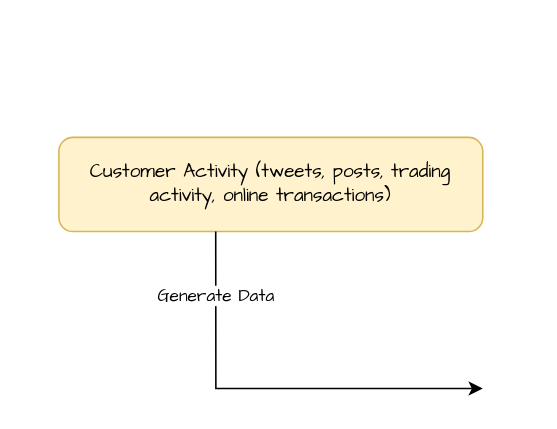
quantfineart/fdp keeps this draw.io diagram as lecturenotes/orientation/FDP Orientation.drawio. Above is the earlier version. Source tidied: cells renumbered, new cells numbered last; positions are measured from the earlier drawing's top-left corner, leaving out a move shared by most shapes. Both pictures are drawn from the tidied source at 157%, with x=0, y=0 at pixel (58, 137).
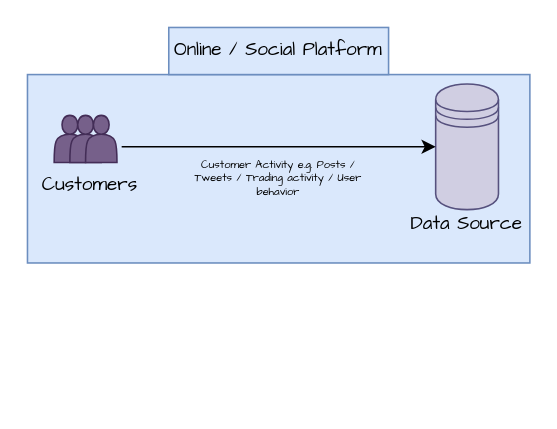
Above is the later version.

What changed in the source:
```diff
@@
 <mxGraphModel>
   <root>
     <mxCell id="0" />
     <mxCell id="1" parent="0" />
-    <mxCell id="2" value="Customer Activity (tweets, posts, trading activity, online transactions)" style="rounded=1;fontFamily=Comic Sans MS;whiteSpace=wrap;html=1;labelBackgroundColor=none;fillColor=#fff2cc;strokeColor=#d6b656;" parent="1" vertex="1">
-      <mxGeometry width="270" height="60" as="geometry" />
-    </mxCell>
-    <mxCell id="3" style="endArrow=classic;html=1;rounded=0;fontFamily=Comic Sans MS;exitX=0.37;exitY=1;exitDx=0;exitDy=0;exitPerimeter=0;" parent="1" edge="1" source="2">
-      <mxGeometry relative="1" as="geometry">
-        <mxPoint x="270" y="160" as="targetPoint" />
-        <Array as="points">
-          <mxPoint x="100" y="160" />
-        </Array>
-      </mxGeometry>
-    </mxCell>
-    <mxCell id="4" value="Generate Data" style="edgeLabel;html=1;align=center;verticalAlign=middle;fontFamily=Comic Sans MS;" parent="3" vertex="1">
-      <mxGeometry x="0.26" relative="1" as="geometry">
-        <mxPoint x="-70" y="-60" as="offset" />
-      </mxGeometry>
-    </mxCell>
+    <mxCell id="5" style="rounded=0;whiteSpace=wrap;html=1;labelBackgroundColor=none;fontFamily=Comic Sans MS;fillColor=#dae8fc;strokeColor=#6c8ebf;" parent="1" vertex="1">
+      <mxGeometry x="-20" y="-40" width="320" height="120" as="geometry" />
+    </mxCell>
+    <mxCell id="6" value="Online / Social Platform" style="text;html=1;strokeColor=#6c8ebf;fillColor=#dae8fc;align=center;verticalAlign=middle;whiteSpace=wrap;rounded=0;labelBackgroundColor=none;fontFamily=Comic Sans MS;" parent="1" vertex="1">
+      <mxGeometry x="70" y="-70" width="140" height="30" as="geometry" />
+    </mxCell>
+    <mxCell id="7" style="group;" parent="1" vertex="1">
+      <mxGeometry x="-3" y="-14" width="40" height="30" as="geometry" />
+    </mxCell>
+    <mxCell id="8" style="shape=actor;whiteSpace=wrap;html=1;labelBackgroundColor=none;fontFamily=Comic Sans MS;fillColor=#76608a;strokeColor=#432D57;fontColor=#ffffff;" parent="7" vertex="1">
+      <mxGeometry width="20" height="30" as="geometry" />
+    </mxCell>
+    <mxCell id="9" style="shape=actor;whiteSpace=wrap;html=1;labelBackgroundColor=none;fontFamily=Comic Sans MS;fillColor=#76608a;strokeColor=#432D57;fontColor=#ffffff;" parent="7" vertex="1">
+      <mxGeometry x="10" width="20" height="30" as="geometry" />
+    </mxCell>
+    <mxCell id="10" style="shape=actor;whiteSpace=wrap;html=1;labelBackgroundColor=none;fontFamily=Comic Sans MS;fillColor=#76608a;strokeColor=#432D57;fontColor=#ffffff;" parent="7" vertex="1">
+      <mxGeometry x="20" width="20" height="30" as="geometry" />
+    </mxCell>
+    <mxCell id="11" value="Customers" style="text;html=1;strokeColor=none;fillColor=none;align=center;verticalAlign=middle;whiteSpace=wrap;rounded=0;labelBackgroundColor=none;fontFamily=Comic Sans MS;" parent="1" vertex="1">
+      <mxGeometry x="-10" y="16" width="60" height="30" as="geometry" />
+    </mxCell>
+    <mxCell id="12" style="shape=datastore;whiteSpace=wrap;html=1;labelBackgroundColor=none;fontFamily=Comic Sans MS;fillColor=#d0cee2;strokeColor=#56517e;" parent="1" vertex="1">
+      <mxGeometry x="240" y="-34" width="40" height="80" as="geometry" />
+    </mxCell>
+    <mxCell id="13" style="endArrow=classic;html=1;rounded=0;fontFamily=Comic Sans MS;" parent="1" edge="1" target="12">
+      <mxGeometry relative="1" as="geometry">
+        <mxPoint x="40" y="6" as="sourcePoint" />
+      </mxGeometry>
+    </mxCell>
+    <mxCell id="14" value="Data Source" style="text;html=1;strokeColor=none;fillColor=none;align=center;verticalAlign=middle;whiteSpace=wrap;rounded=0;labelBackgroundColor=none;fontFamily=Comic Sans MS;" parent="1" vertex="1">
+      <mxGeometry x="220" y="46" width="80" height="20" as="geometry" />
+    </mxCell>
+    <mxCell id="15" value="Customer Activity e.g. Posts / Tweets / Trading activity / User behavior" style="text;html=1;strokeColor=none;fillColor=none;align=center;verticalAlign=middle;whiteSpace=wrap;rounded=0;labelBackgroundColor=none;fontFamily=Comic Sans MS;fontSize=7;" parent="1" vertex="1">
+      <mxGeometry x="80" y="6" width="120" height="40" as="geometry" />
+    </mxCell>
   </root>
 </mxGraphModel>
```
